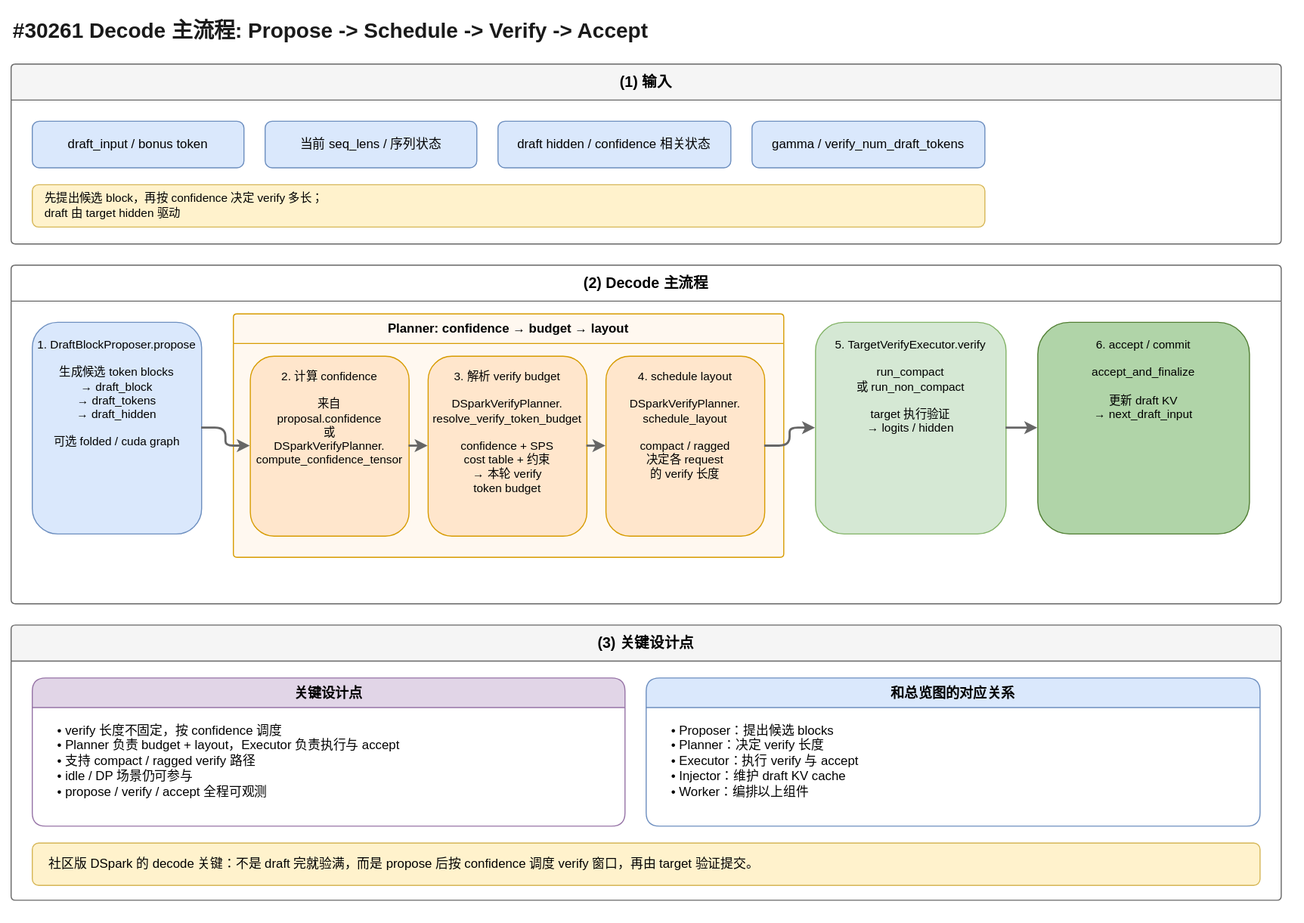
This is artifacts/dspark-decode-main-flow.svg from learning-sketch/drawio-skill, a draw.io export, as it was before one commit. Source tidied: cells renumbered, new cells last; positions are measured from the earlier drawing's top-left corner, leaving out a move shared by most shapes.
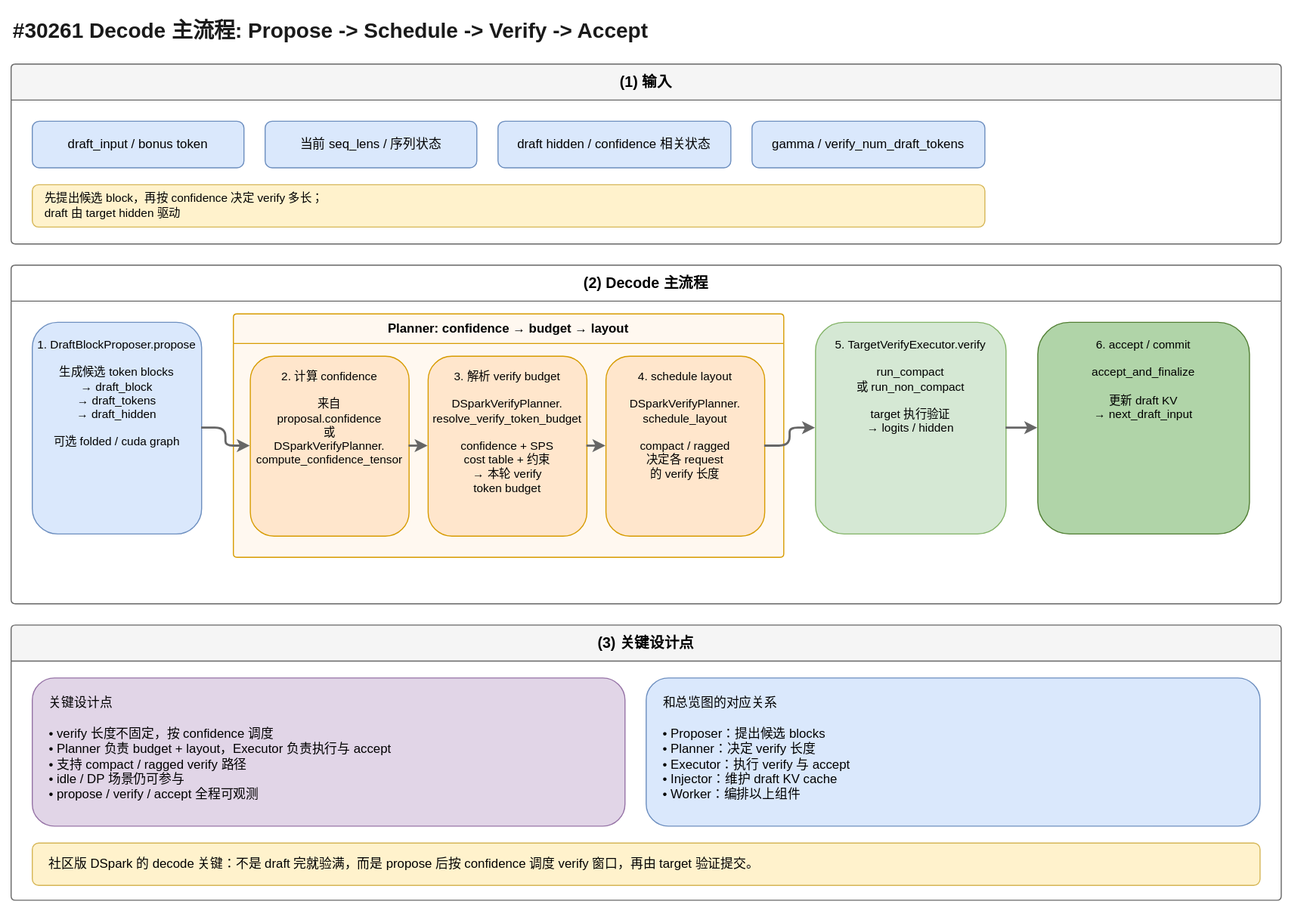
The same file after the commit.

Change to the diagram source:
```diff
@@ -65,18 +65,12 @@
     <mxCell id="22" value="(3) 关键设计点" style="swimlane;startSize=34;fillColor=#f5f5f5;strokeColor=#666666;fontStyle=1;fontSize=14;rounded=1;arcSize=4;whiteSpace=wrap;html=1;" parent="1" vertex="1">
       <mxGeometry y="580" width="1200" height="260" as="geometry" />
     </mxCell>
-    <mxCell id="23" value="关键设计点" style="swimlane;startSize=28;fillColor=#e1d5e7;strokeColor=#9673a6;fontStyle=1;fontSize=13;rounded=1;whiteSpace=wrap;html=1;" parent="22" vertex="1">
+    <mxCell id="23" value="关键设计点&#10;&#10;• verify 长度不固定，按 confidence 调度&#10;• Planner 负责 budget + layout，Executor 负责执行与 accept&#10;• 支持 compact / ragged verify 路径&#10;• idle / DP 场景仍可参与&#10;• propose / verify / accept 全程可观测" style="rounded=1;whiteSpace=wrap;html=1;fillColor=#e1d5e7;strokeColor=#9673a6;fontStyle=0;fontSize=12;align=left;verticalAlign=top;spacingLeft=14;spacingTop=10;" parent="22" vertex="1">
       <mxGeometry x="20" y="50" width="560" height="140" as="geometry" />
     </mxCell>
-    <mxCell id="24" value="• verify 长度不固定，按 confidence 调度&#10;• Planner 负责 budget + layout，Executor 负责执行与 accept&#10;• 支持 compact / ragged verify 路径&#10;• idle / DP 场景仍可参与&#10;• propose / verify / accept 全程可观测" style="text;html=1;align=left;verticalAlign=top;spacingLeft=10;fontSize=12;whiteSpace=wrap;" parent="23" vertex="1">
-      <mxGeometry x="12" y="36" width="536" height="92" as="geometry" />
-    </mxCell>
-    <mxCell id="25" value="和总览图的对应关系" style="swimlane;startSize=28;fillColor=#dae8fc;strokeColor=#6c8ebf;fontStyle=1;fontSize=13;rounded=1;whiteSpace=wrap;html=1;" parent="22" vertex="1">
+    <mxCell id="25" value="和总览图的对应关系&#10;&#10;• Proposer：提出候选 blocks&#10;• Planner：决定 verify 长度&#10;• Executor：执行 verify 与 accept&#10;• Injector：维护 draft KV cache&#10;• Worker：编排以上组件" style="rounded=1;whiteSpace=wrap;html=1;fillColor=#dae8fc;strokeColor=#6c8ebf;fontStyle=0;fontSize=12;align=left;verticalAlign=top;spacingLeft=14;spacingTop=10;" parent="22" vertex="1">
       <mxGeometry x="600" y="50" width="580" height="140" as="geometry" />
     </mxCell>
-    <mxCell id="26" value="• Proposer：提出候选 blocks&#10;• Planner：决定 verify 长度&#10;• Executor：执行 verify 与 accept&#10;• Injector：维护 draft KV cache&#10;• Worker：编排以上组件" style="text;html=1;align=left;verticalAlign=top;spacingLeft=10;fontSize=12;whiteSpace=wrap;" parent="25" vertex="1">
-      <mxGeometry x="12" y="36" width="556" height="92" as="geometry" />
-    </mxCell>
     <mxCell id="27" value="社区版 DSpark 的 decode 关键：不是 draft 完就验满，而是 propose 后按 confidence 调度 verify 窗口，再由 target 验证提交。" style="rounded=1;whiteSpace=wrap;html=1;fillColor=#fff2cc;strokeColor=#d6b656;align=left;spacingLeft=14;spacingRight=12;fontSize=12;verticalAlign=middle;" parent="22" vertex="1">
       <mxGeometry x="20" y="206" width="1160" height="40" as="geometry" />
     </mxCell>
```
